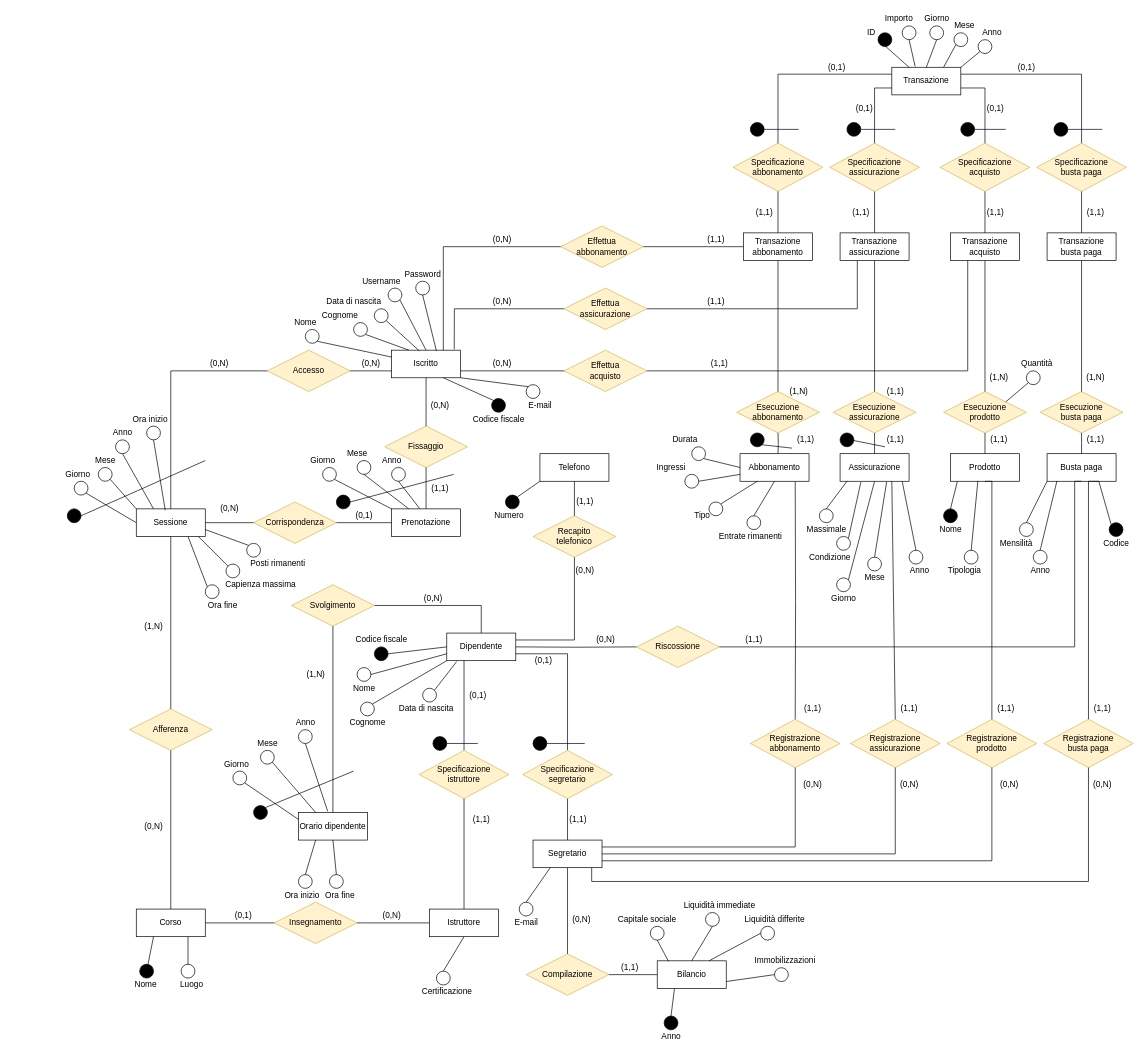
The draw.io diagram Diagrammi ER/ER_ristrutturato.drawio in DavideNunin/anconarockclimb, before the edit. Source tidied: cells renumbered, new cells numbered last; positions are measured from the earlier drawing's top-left corner, leaving out a move shared by most shapes. Both pictures are drawn from the tidied source at 69%, with x=0, y=0 at pixel (60, 12).
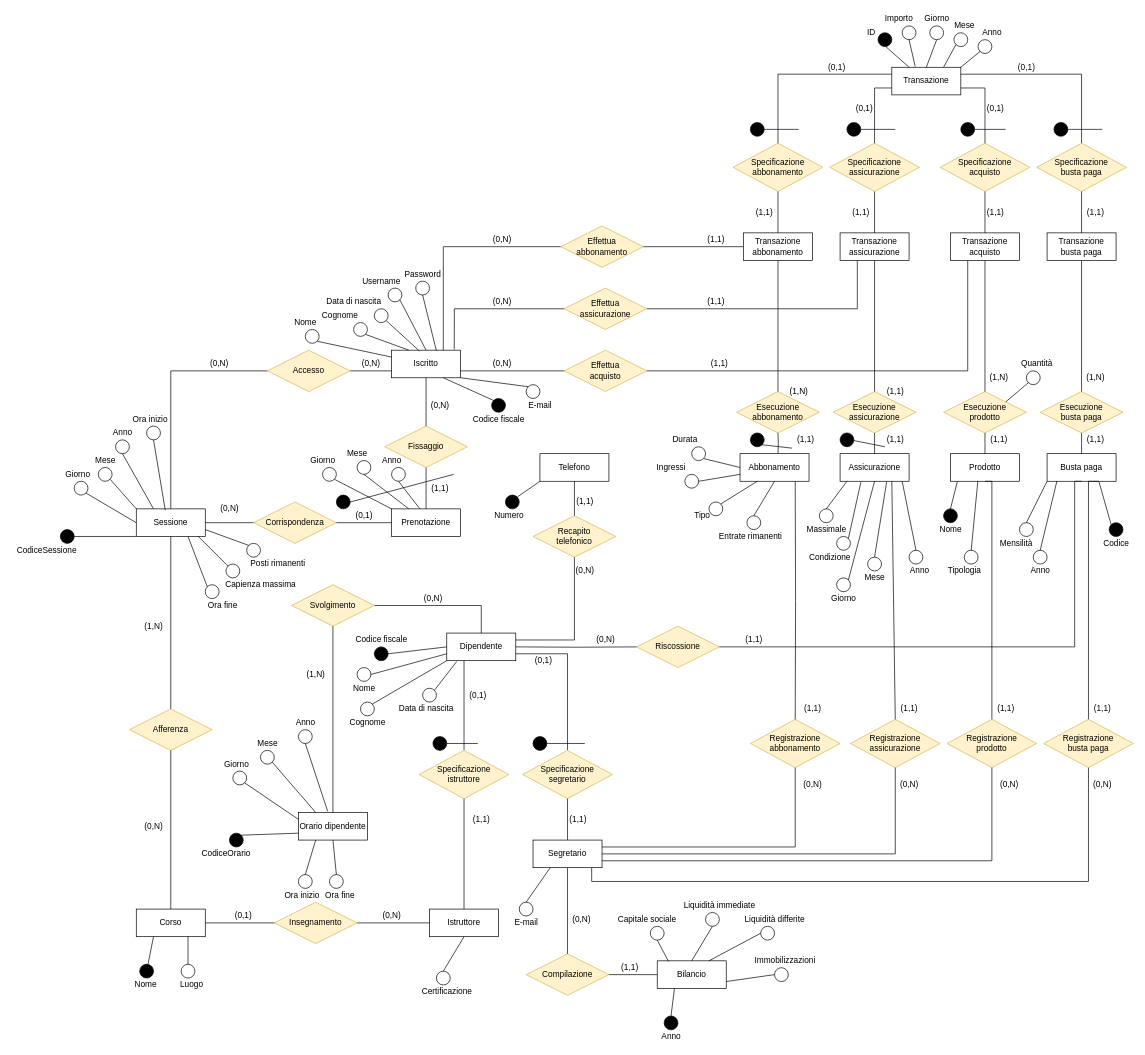
After the change.

The change refers to these unchanged cells:
```xml
<mxCell id="4" value="Sessione" style="whiteSpace=wrap;html=1;align=center;" parent="1" vertex="1">
  <mxGeometry x="110" y="720" width="100" height="40" as="geometry" />
</mxCell>
<mxCell id="245" value="Orario dipendente" style="whiteSpace=wrap;html=1;align=center;" parent="1" vertex="1">
  <mxGeometry x="345" y="1160" width="100" height="40" as="geometry" />
</mxCell>
```

What changed in the source:
```diff
@@
     <mxCell id="104" style="ellipse;whiteSpace=wrap;html=1;glass=0;fillColor=#000000;" parent="1" vertex="1">
-      <mxGeometry x="10" y="720" width="20" height="20" as="geometry" />
+      <mxGeometry y="750" width="20" height="20" as="geometry" />
     </mxCell>
-    <mxCell id="105" style="endArrow=none;html=1;rounded=0;exitX=1;exitY=0.5;exitDx=0;exitDy=0;" parent="1" edge="1" source="104">
+    <mxCell id="105" style="endArrow=none;html=1;rounded=0;entryX=0;entryY=1;entryDx=0;entryDy=0;" parent="1" edge="1" target="4">
       <mxGeometry relative="1" as="geometry">
-        <mxPoint x="210" y="650" as="targetPoint" />
+        <mxPoint x="20" y="760" as="sourcePoint" />
       </mxGeometry>
     </mxCell>
@@
-    <mxCell id="283" style="endArrow=none;html=1;rounded=0;entryX=1;entryY=0;entryDx=0;entryDy=0;" parent="1" edge="1" target="304">
-      <mxGeometry relative="1" as="geometry">
-        <mxPoint x="425" y="1100" as="sourcePoint" />
-      </mxGeometry>
+    <mxCell id="283" style="endArrow=none;html=1;rounded=0;entryX=1;entryY=0;entryDx=0;entryDy=0;exitX=0;exitY=0.75;exitDx=0;exitDy=0;" parent="1" edge="1" source="245" target="304">
+      <mxGeometry relative="1" as="geometry" />
     </mxCell>
@@
     <mxCell id="304" style="ellipse;whiteSpace=wrap;html=1;glass=0;fillColor=#000000;" parent="1" vertex="1">
-      <mxGeometry x="280" y="1150" width="20" height="20" as="geometry" />
+      <mxGeometry x="245" y="1190" width="20" height="20" as="geometry" />
     </mxCell>
@@
+    <mxCell id="343" value="CodiceOrario" style="text;html=1;align=center;verticalAlign=middle;strokeColor=none;fillColor=none;" parent="1" vertex="1">
+      <mxGeometry x="195" y="1210" width="90" height="20" as="geometry" />
+    </mxCell>
+    <mxCell id="344" value="CodiceSessione" style="text;html=1;align=center;verticalAlign=middle;strokeColor=none;fillColor=none;" parent="1" vertex="1">
+      <mxGeometry x="-70" y="770" width="100" height="20" as="geometry" />
+    </mxCell>
```
